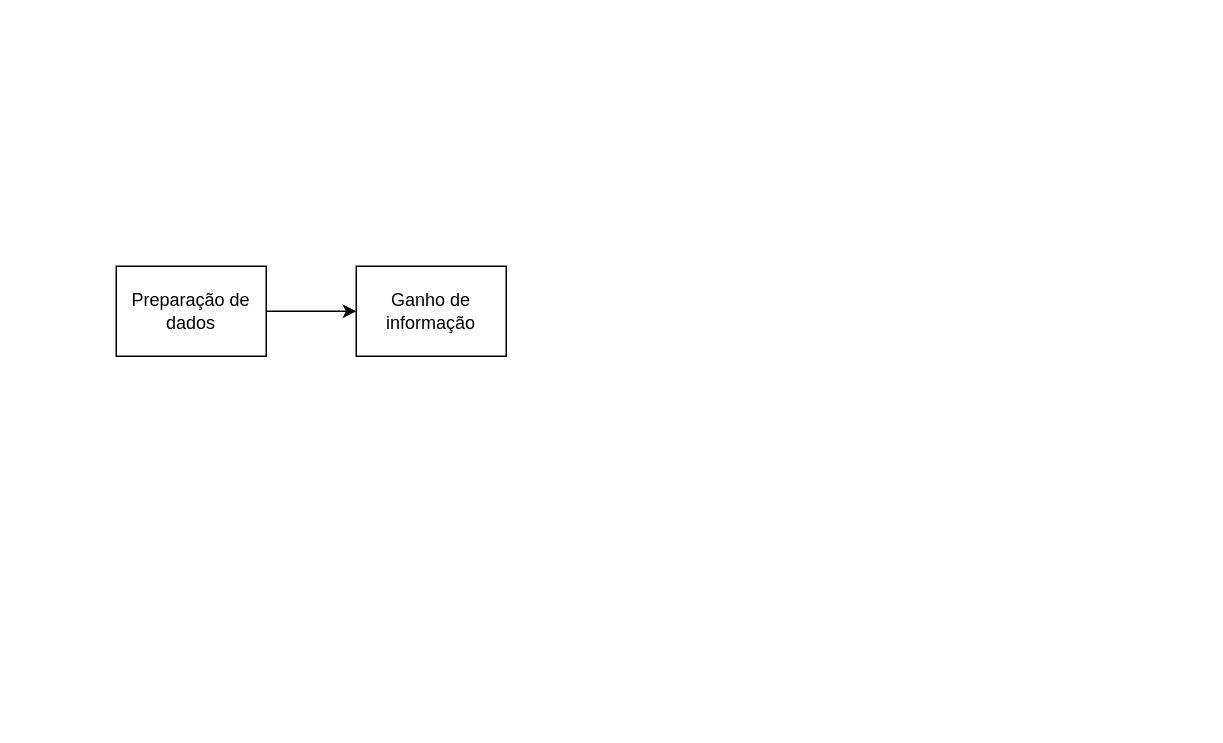
Above: informacao/diagrama_tcc.drawio in leopiresss/analise_kubemon (draw.io), before the change. Source tidied: cells renumbered, new cells numbered last; positions are measured from the earlier drawing's top-left corner, leaving out a move shared by most shapes. Both pictures are drawn from the tidied source at 150%, with x=0, y=0 at pixel (116, 266).
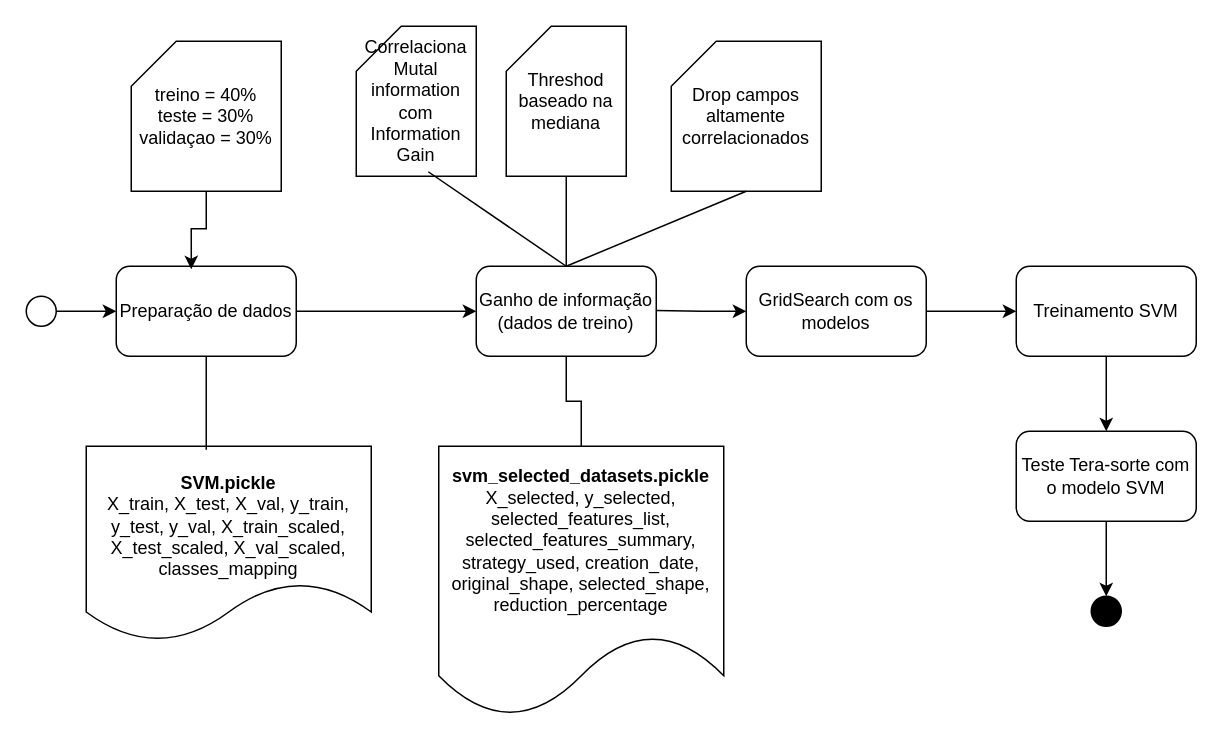
Above is the later version.

Change to the diagram source:
```diff
@@
-    <mxCell id="2" style="edgeStyle=orthogonalEdgeStyle;rounded=0;jettySize=auto;html=1;exitX=1;exitY=0.5;exitDx=0;exitDy=0;entryX=0;entryY=0.5;entryDx=0;entryDy=0;" parent="1" edge="1" source="3" target="4">
+    <mxCell id="2" style="edgeStyle=orthogonalEdgeStyle;rounded=0;jettySize=auto;html=1;exitX=1;exitY=0.5;exitDx=0;exitDy=0;entryX=0;entryY=0.5;entryDx=0;entryDy=0;" parent="1" edge="1" source="3" target="9">
       <mxGeometry relative="1" as="geometry" />
     </mxCell>
+    <mxCell id="5" value="&lt;br&gt;&lt;b&gt;SVM.pickle&lt;/b&gt;&lt;br&gt;X_train, X_test, X_val, y_train, y_test, y_val, X_train_scaled, X_test_scaled, X_val_scaled, classes_mapping" style="shape=document;whiteSpace=wrap;html=1;boundedLbl=1;" parent="1" vertex="1">
+      <mxGeometry x="-20" y="120" width="190" height="130" as="geometry" />
+    </mxCell>
-    <mxCell id="3" value="Preparação de dados" style="rounded=0;whiteSpace=wrap;html=1;" parent="1" vertex="1">
-      <mxGeometry width="100" height="60" as="geometry" />
+    <mxCell id="3" value="Preparação de dados" style="rounded=1;whiteSpace=wrap;html=1;" parent="1" vertex="1">
+      <mxGeometry width="120" height="60" as="geometry" />
     </mxCell>
-    <mxCell id="4" value="Ganho de informação" style="rounded=0;whiteSpace=wrap;html=1;" parent="1" vertex="1">
-      <mxGeometry x="160" width="100" height="60" as="geometry" />
-    </mxCell>
+    <mxCell id="6" style="edgeStyle=orthogonalEdgeStyle;rounded=0;jettySize=auto;html=1;entryX=0.421;entryY=0.018;entryDx=0;entryDy=0;entryPerimeter=0;endArrow=none;endFill=0;" parent="1" edge="1" source="3" target="5">
+      <mxGeometry relative="1" as="geometry" />
+    </mxCell>
+    <mxCell id="7" style="edgeStyle=orthogonalEdgeStyle;rounded=0;jettySize=auto;html=1;" parent="1" edge="1" source="8" target="3">
+      <mxGeometry relative="1" as="geometry" />
+    </mxCell>
+    <mxCell id="8" style="ellipse;whiteSpace=wrap;html=1;" parent="1" vertex="1">
+      <mxGeometry x="-60" y="20" width="20" height="20" as="geometry" />
+    </mxCell>
+    <mxCell id="9" value="Ganho de informação&lt;br&gt;(dados de treino)" style="rounded=1;whiteSpace=wrap;html=1;" parent="1" vertex="1">
+      <mxGeometry x="240" width="120" height="60" as="geometry" />
+    </mxCell>
+    <mxCell id="10" value="Correlaciona Mutal information com Information Gain" style="shape=card;whiteSpace=wrap;html=1;" parent="1" vertex="1">
+      <mxGeometry x="160" y="-160" width="80" height="100" as="geometry" />
+    </mxCell>
+    <mxCell id="11" style="endArrow=none;html=1;rounded=0;exitX=0.5;exitY=0;exitDx=0;exitDy=0;entryX=0.6;entryY=0.97;entryDx=0;entryDy=0;entryPerimeter=0;" parent="1" edge="1" source="9" target="10">
+      <mxGeometry relative="1" as="geometry" />
+    </mxCell>
+    <mxCell id="12" value="&lt;b&gt;svm_selected_datasets.pickle&lt;/b&gt;&lt;br&gt;X_selected, y_selected, selected_features_list, selected_features_summary, strategy_used, creation_date, original_shape, selected_shape, reduction_percentage" style="shape=document;whiteSpace=wrap;html=1;boundedLbl=1;" parent="1" vertex="1">
+      <mxGeometry x="215" y="120" width="190" height="180" as="geometry" />
+    </mxCell>
+    <mxCell id="13" style="edgeStyle=orthogonalEdgeStyle;rounded=0;jettySize=auto;html=1;entryX=0.5;entryY=0;entryDx=0;entryDy=0;endArrow=none;endFill=0;" parent="1" edge="1" source="9" target="12">
+      <mxGeometry relative="1" as="geometry" />
+    </mxCell>
+    <mxCell id="14" value="Threshod baseado na mediana" style="shape=card;whiteSpace=wrap;html=1;" parent="1" vertex="1">
+      <mxGeometry x="260" y="-160" width="80" height="100" as="geometry" />
+    </mxCell>
+    <mxCell id="15" value="Drop campos altamente correlacionados" style="shape=card;whiteSpace=wrap;html=1;" parent="1" vertex="1">
+      <mxGeometry x="370" y="-150" width="100" height="100" as="geometry" />
+    </mxCell>
+    <mxCell id="16" style="endArrow=none;html=1;rounded=0;exitX=0.5;exitY=0;exitDx=0;exitDy=0;entryX=0.5;entryY=1;entryDx=0;entryDy=0;entryPerimeter=0;" parent="1" edge="1" source="9" target="15">
+      <mxGeometry relative="1" as="geometry" />
+    </mxCell>
+    <mxCell id="17" style="endArrow=none;html=1;rounded=0;" parent="1" edge="1" target="14">
+      <mxGeometry relative="1" as="geometry">
+        <mxPoint x="300" as="sourcePoint" />
+      </mxGeometry>
+    </mxCell>
+    <mxCell id="18" value="treino = 40%&lt;div&gt;teste = 30%&lt;/div&gt;&lt;div&gt;validaçao = 30%&lt;/div&gt;" style="shape=card;whiteSpace=wrap;html=1;" parent="1" vertex="1">
+      <mxGeometry x="10" y="-150" width="100" height="100" as="geometry" />
+    </mxCell>
+    <mxCell id="19" style="edgeStyle=orthogonalEdgeStyle;rounded=0;jettySize=auto;html=1;entryX=0.417;entryY=0.033;entryDx=0;entryDy=0;entryPerimeter=0;" parent="1" edge="1" source="18" target="3">
+      <mxGeometry relative="1" as="geometry" />
+    </mxCell>
+    <mxCell id="20" value="GridSearch com os modelos" style="rounded=1;whiteSpace=wrap;html=1;" parent="1" vertex="1">
+      <mxGeometry x="420" width="120" height="60" as="geometry" />
+    </mxCell>
+    <mxCell id="21" value="Treinamento SVM" style="rounded=1;whiteSpace=wrap;html=1;" parent="1" vertex="1">
+      <mxGeometry x="600" width="120" height="60" as="geometry" />
+    </mxCell>
+    <mxCell id="22" style="edgeStyle=orthogonalEdgeStyle;rounded=0;orthogonalLoop=1;jettySize=auto;html=1;exitX=1;exitY=0.5;exitDx=0;exitDy=0;" parent="1" edge="1">
+      <mxGeometry relative="1" as="geometry">
+        <mxPoint x="360" y="29.5" as="sourcePoint" />
+        <mxPoint x="420" y="30" as="targetPoint" />
+      </mxGeometry>
+    </mxCell>
+    <mxCell id="23" style="edgeStyle=orthogonalEdgeStyle;rounded=0;jettySize=auto;html=1;exitX=1;exitY=0.5;exitDx=0;exitDy=0;entryX=0;entryY=0.5;entryDx=0;entryDy=0;" parent="1" edge="1" source="20" target="21">
+      <mxGeometry relative="1" as="geometry" />
+    </mxCell>
+    <mxCell id="24" style="edgeStyle=orthogonalEdgeStyle;rounded=0;jettySize=auto;html=1;" parent="1" edge="1" source="25" target="27">
+      <mxGeometry relative="1" as="geometry" />
+    </mxCell>
+    <mxCell id="25" value="Teste Tera-sorte com o modelo SVM" style="rounded=1;whiteSpace=wrap;html=1;" parent="1" vertex="1">
+      <mxGeometry x="600" y="110" width="120" height="60" as="geometry" />
+    </mxCell>
+    <mxCell id="26" style="rounded=0;jettySize=auto;html=1;entryX=0.5;entryY=0;entryDx=0;entryDy=0;" parent="1" edge="1" source="21" target="25">
+      <mxGeometry relative="1" as="geometry" />
+    </mxCell>
+    <mxCell id="27" style="ellipse;whiteSpace=wrap;html=1;fillColor=#000000;" parent="1" vertex="1">
+      <mxGeometry x="650" y="220" width="20" height="20" as="geometry" />
+    </mxCell>
```
